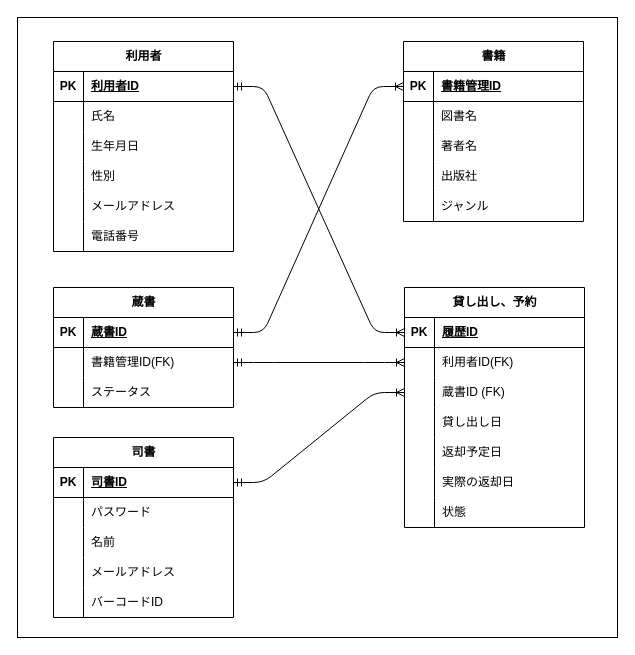
This is ER/liblaly_ER図.drawio from lc-lor-lcb/liblary, a draw.io file, before an edit. Source tidied: cells renumbered, new cells numbered last; positions are measured from the earlier drawing's top-left corner, leaving out a move shared by most shapes. Both pictures are drawn from the tidied source at 100%, with x=0, y=0 at pixel (17, 17).
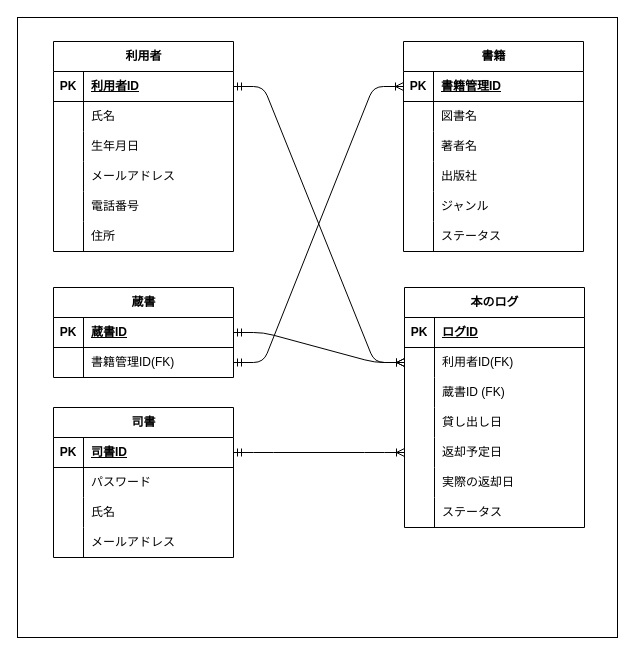
After the change.

Unchanged cells that the change refers to:
```xml
<mxCell id="3" value="利用者" style="shape=table;startSize=30;childLayout=tableLayout;rowLines=0;fontStyle=1;align=center;html=1;" parent="1" vertex="1">
  <mxGeometry x="36" y="24" width="180" height="210" as="geometry" />
</mxCell>
<mxCell id="4" style="shape=tableRow;horizontal=0;startSize=0;swimlaneHead=0;swimlaneBody=0;fillColor=none;points=[[0,0.5],[1,0.5]];portConstraint=eastwest;top=0;left=0;right=0;bottom=1;" parent="3" vertex="1">
  <mxGeometry y="30" width="180" height="30" as="geometry" />
</mxCell>
<mxCell id="23" style="shape=tableRow;horizontal=0;startSize=0;swimlaneHead=0;swimlaneBody=0;fillColor=none;points=[[0,0.5],[1,0.5]];portConstraint=eastwest;top=0;left=0;right=0;bottom=1;" parent="22" vertex="1">
  <mxGeometry y="30" width="180" height="30" as="geometry" />
</mxCell>
<mxCell id="39" style="shape=tableRow;horizontal=0;startSize=0;swimlaneHead=0;swimlaneBody=0;fillColor=none;points=[[0,0.5],[1,0.5]];portConstraint=eastwest;top=0;left=0;right=0;bottom=1;" parent="38" vertex="1">
  <mxGeometry y="30" width="180" height="30" as="geometry" />
</mxCell>
<mxCell id="42" style="shape=tableRow;horizontal=0;startSize=0;swimlaneHead=0;swimlaneBody=0;fillColor=none;points=[[0,0.5],[1,0.5]];portConstraint=eastwest;top=0;left=0;right=0;bottom=0;" parent="38" vertex="1">
  <mxGeometry y="60" width="180" height="30" as="geometry" />
</mxCell>
<mxCell id="49" style="shape=tableRow;horizontal=0;startSize=0;swimlaneHead=0;swimlaneBody=0;fillColor=none;points=[[0,0.5],[1,0.5]];portConstraint=eastwest;top=0;left=0;right=0;bottom=1;" parent="48" vertex="1">
  <mxGeometry y="30" width="180" height="30" as="geometry" />
</mxCell>
<mxCell id="52" style="shape=tableRow;horizontal=0;startSize=0;swimlaneHead=0;swimlaneBody=0;fillColor=none;points=[[0,0.5],[1,0.5]];portConstraint=eastwest;top=0;left=0;right=0;bottom=0;" parent="48" vertex="1">
  <mxGeometry y="60" width="180" height="30" as="geometry" />
</mxCell>
<mxCell id="55" style="shape=tableRow;horizontal=0;startSize=0;swimlaneHead=0;swimlaneBody=0;fillColor=none;points=[[0,0.5],[1,0.5]];portConstraint=eastwest;top=0;left=0;right=0;bottom=0;" parent="48" vertex="1">
  <mxGeometry y="90" width="180" height="30" as="geometry" />
</mxCell>
<mxCell id="61" style="shape=tableRow;horizontal=0;startSize=0;swimlaneHead=0;swimlaneBody=0;fillColor=none;points=[[0,0.5],[1,0.5]];portConstraint=eastwest;top=0;left=0;right=0;bottom=0;" parent="48" vertex="1">
  <mxGeometry y="150" width="180" height="30" as="geometry" />
</mxCell>
<mxCell id="67" style="shape=tableRow;horizontal=0;startSize=0;swimlaneHead=0;swimlaneBody=0;fillColor=none;top=0;left=0;right=0;bottom=0;" parent="48" vertex="1">
  <mxGeometry y="210" width="180" height="30" as="geometry" />
</mxCell>
<mxCell id="71" style="shape=tableRow;horizontal=0;startSize=0;swimlaneHead=0;swimlaneBody=0;fillColor=none;points=[[0,0.5],[1,0.5]];portConstraint=eastwest;top=0;left=0;right=0;bottom=1;" parent="70" vertex="1">
  <mxGeometry y="30" width="180" height="30" as="geometry" />
</mxCell>
<mxCell id="77" style="shape=tableRow;horizontal=0;startSize=0;swimlaneHead=0;swimlaneBody=0;fillColor=none;top=0;left=0;right=0;bottom=0;" parent="70" vertex="1">
  <mxGeometry y="90" width="180" height="30" as="geometry" />
</mxCell>
```

The edit, as a diff of the source:
```diff
@@
-    <mxCell id="13" style="shape=tableRow;horizontal=0;startSize=0;swimlaneHead=0;swimlaneBody=0;fillColor=none;top=0;left=0;right=0;bottom=0;" parent="3" vertex="1">
-      <mxGeometry y="120" width="180" height="30" as="geometry" />
-    </mxCell>
-    <mxCell id="14" style="shape=partialRectangle;fillColor=none;top=0;left=0;bottom=0;right=0;overflow=hidden;whiteSpace=wrap;html=1;" parent="13" vertex="1">
-      <mxGeometry width="30" height="30" as="geometry" />
-    </mxCell>
-    <mxCell id="15" value="性別" style="shape=partialRectangle;fillColor=none;top=0;left=0;bottom=0;right=0;align=left;spacingLeft=6;overflow=hidden;whiteSpace=wrap;html=1;" parent="13" vertex="1">
-      <mxGeometry x="30" width="150" height="30" as="geometry" />
-    </mxCell>
     <mxCell id="16" style="shape=tableRow;horizontal=0;startSize=0;swimlaneHead=0;swimlaneBody=0;fillColor=none;top=0;left=0;right=0;bottom=0;" parent="3" vertex="1">
-      <mxGeometry y="150" width="180" height="30" as="geometry" />
+      <mxGeometry y="120" width="180" height="30" as="geometry" />
     </mxCell>
@@
     <mxCell id="19" style="shape=tableRow;horizontal=0;startSize=0;swimlaneHead=0;swimlaneBody=0;fillColor=none;top=0;left=0;right=0;bottom=0;" parent="3" vertex="1">
-      <mxGeometry y="180" width="180" height="30" as="geometry" />
+      <mxGeometry y="150" width="180" height="30" as="geometry" />
     </mxCell>
@@
+    <mxCell id="90" style="shape=tableRow;horizontal=0;startSize=0;swimlaneHead=0;swimlaneBody=0;fillColor=none;top=0;left=0;right=0;bottom=0;" parent="3" vertex="1">
+      <mxGeometry y="180" width="180" height="30" as="geometry" />
+    </mxCell>
+    <mxCell id="91" value="&lt;div&gt;&lt;br&gt;&lt;/div&gt;" style="shape=partialRectangle;fillColor=none;top=0;left=0;bottom=0;right=0;overflow=hidden;whiteSpace=wrap;html=1;" parent="90" vertex="1">
+      <mxGeometry width="30" height="30" as="geometry" />
+    </mxCell>
+    <mxCell id="92" value="住所" style="shape=partialRectangle;fillColor=none;top=0;left=0;bottom=0;right=0;align=left;spacingLeft=6;overflow=hidden;whiteSpace=wrap;html=1;" parent="90" vertex="1">
+      <mxGeometry x="30" width="150" height="30" as="geometry" />
+    </mxCell>
     <mxCell id="22" value="書籍" style="shape=table;startSize=30;childLayout=tableLayout;rowLines=0;fontStyle=1;align=center;html=1;" parent="1" vertex="1">
-      <mxGeometry x="386" y="24" width="180" height="180" as="geometry" />
+      <mxGeometry x="386" y="24" width="180" height="210" as="geometry" />
     </mxCell>
@@
+    <mxCell id="93" style="shape=tableRow;horizontal=0;startSize=0;swimlaneHead=0;swimlaneBody=0;fillColor=none;top=0;left=0;right=0;bottom=0;" parent="22" vertex="1">
+      <mxGeometry y="180" width="180" height="30" as="geometry" />
+    </mxCell>
+    <mxCell id="94" style="shape=partialRectangle;fillColor=none;top=0;left=0;bottom=0;right=0;overflow=hidden;whiteSpace=wrap;html=1;" parent="93" vertex="1">
+      <mxGeometry width="30" height="30" as="geometry" />
+    </mxCell>
+    <mxCell id="47" value="ステータス" style="shape=partialRectangle;fillColor=none;top=0;left=0;bottom=0;right=0;align=left;spacingLeft=6;overflow=hidden;whiteSpace=wrap;html=1;" parent="93" vertex="1">
+      <mxGeometry x="30" width="150" height="30" as="geometry" />
+    </mxCell>
     <mxCell id="38" value="蔵書" style="shape=table;startSize=30;childLayout=tableLayout;rowLines=0;fontStyle=1;align=center;html=1;" parent="1" vertex="1">
-      <mxGeometry x="36" y="270" width="180" height="120" as="geometry" />
+      <mxGeometry x="36" y="270" width="180" height="90" as="geometry" />
     </mxCell>
@@
-    <mxCell id="45" style="shape=tableRow;horizontal=0;startSize=0;swimlaneHead=0;swimlaneBody=0;fillColor=none;top=0;left=0;right=0;bottom=0;" parent="38" vertex="1">
-      <mxGeometry y="90" width="180" height="30" as="geometry" />
-    </mxCell>
-    <mxCell id="46" style="shape=partialRectangle;fillColor=none;top=0;left=0;bottom=0;right=0;overflow=hidden;whiteSpace=wrap;html=1;" parent="45" vertex="1">
-      <mxGeometry width="30" height="30" as="geometry" />
-    </mxCell>
-    <mxCell id="47" value="ステータス" style="shape=partialRectangle;fillColor=none;top=0;left=0;bottom=0;right=0;align=left;spacingLeft=6;overflow=hidden;whiteSpace=wrap;html=1;" parent="45" vertex="1">
-      <mxGeometry x="30" width="150" height="30" as="geometry" />
-    </mxCell>
-    <mxCell id="48" value="貸し出し、予約" style="shape=table;startSize=30;childLayout=tableLayout;rowLines=0;fontStyle=1;align=center;html=1;" parent="1" vertex="1">
+    <mxCell id="48" value="本のログ" style="shape=table;startSize=30;childLayout=tableLayout;rowLines=0;fontStyle=1;align=center;html=1;" parent="1" vertex="1">
       <mxGeometry x="387" y="270" width="180" height="240" as="geometry" />
     </mxCell>
@@
-    <mxCell id="51" value="履歴ID" style="shape=partialRectangle;fillColor=none;top=0;left=0;bottom=0;right=0;align=left;spacingLeft=6;fontStyle=5;overflow=hidden;whiteSpace=wrap;html=1;" parent="49" vertex="1">
+    <mxCell id="51" value="ログID" style="shape=partialRectangle;fillColor=none;top=0;left=0;bottom=0;right=0;align=left;spacingLeft=6;fontStyle=5;overflow=hidden;whiteSpace=wrap;html=1;" parent="49" vertex="1">
       <mxGeometry x="30" width="150" height="30" as="geometry" />
     </mxCell>
@@
-    <mxCell id="69" value="&lt;span style=&quot;color: rgb(0, 0, 0);&quot;&gt;状態&lt;/span&gt;" style="shape=partialRectangle;fillColor=none;top=0;left=0;bottom=0;right=0;align=left;spacingLeft=6;overflow=hidden;whiteSpace=wrap;html=1;" parent="67" vertex="1">
+    <mxCell id="69" value="ステータス" style="shape=partialRectangle;fillColor=none;top=0;left=0;bottom=0;right=0;align=left;spacingLeft=6;overflow=hidden;whiteSpace=wrap;html=1;" parent="67" vertex="1">
       <mxGeometry x="30" width="150" height="30" as="geometry" />
     </mxCell>
     <mxCell id="70" value="司書" style="shape=table;startSize=30;childLayout=tableLayout;rowLines=0;fontStyle=1;align=center;html=1;" parent="1" vertex="1">
-      <mxGeometry x="36" y="420" width="180" height="180" as="geometry" />
+      <mxGeometry x="36" y="390" width="180" height="150" as="geometry" />
     </mxCell>
@@
-    <mxCell id="79" value="名前" style="shape=partialRectangle;fillColor=none;top=0;left=0;bottom=0;right=0;align=left;spacingLeft=6;overflow=hidden;whiteSpace=wrap;html=1;" parent="77" vertex="1">
+    <mxCell id="79" value="氏名" style="shape=partialRectangle;fillColor=none;top=0;left=0;bottom=0;right=0;align=left;spacingLeft=6;overflow=hidden;whiteSpace=wrap;html=1;" parent="77" vertex="1">
       <mxGeometry x="30" width="150" height="30" as="geometry" />
     </mxCell>
@@
-    <mxCell id="83" style="shape=tableRow;horizontal=0;startSize=0;swimlaneHead=0;swimlaneBody=0;fillColor=none;top=0;left=0;right=0;bottom=0;" parent="70" vertex="1">
-      <mxGeometry y="150" width="180" height="30" as="geometry" />
-    </mxCell>
-    <mxCell id="84" style="shape=partialRectangle;fillColor=none;top=0;left=0;bottom=0;right=0;overflow=hidden;whiteSpace=wrap;html=1;" parent="83" vertex="1">
-      <mxGeometry width="30" height="30" as="geometry" />
-    </mxCell>
-    <mxCell id="85" value="バーコードID" style="shape=partialRectangle;fillColor=none;top=0;left=0;bottom=0;right=0;align=left;spacingLeft=6;overflow=hidden;whiteSpace=wrap;html=1;" parent="83" vertex="1">
-      <mxGeometry x="30" width="150" height="30" as="geometry" />
-    </mxCell>
-    <mxCell id="86" style="edgeStyle=entityRelationEdgeStyle;fontSize=12;html=1;endArrow=ERoneToMany;startArrow=ERmandOne;entryX=0;entryY=0.5;entryDx=0;entryDy=0;exitX=1;exitY=0.5;exitDx=0;exitDy=0;" parent="1" edge="1" source="42" target="52">
+    <mxCell id="86" style="edgeStyle=entityRelationEdgeStyle;fontSize=12;html=1;endArrow=ERoneToMany;startArrow=ERmandOne;entryX=0;entryY=0.5;entryDx=0;entryDy=0;exitX=1;exitY=0.5;exitDx=0;exitDy=0;" parent="1" edge="1" source="39" target="52">
       <mxGeometry relative="1" as="geometry" />
     </mxCell>
-    <mxCell id="87" style="edgeStyle=entityRelationEdgeStyle;fontSize=12;html=1;endArrow=ERoneToMany;startArrow=ERmandOne;entryX=0;entryY=0.5;entryDx=0;entryDy=0;exitX=1;exitY=0.5;exitDx=0;exitDy=0;" parent="1" edge="1" source="4" target="49">
-      <mxGeometry relative="1" as="geometry" />
+    <mxCell id="87" style="edgeStyle=entityRelationEdgeStyle;fontSize=12;html=1;endArrow=ERoneToMany;startArrow=ERmandOne;entryX=0;entryY=0.5;entryDx=0;entryDy=0;exitX=1;exitY=0.5;exitDx=0;exitDy=0;" parent="1" edge="1" source="4" target="52">
+      <mxGeometry relative="1" as="geometry">
+        <Array as="points">
+          <mxPoint x="370" y="315" />
+          <mxPoint x="320" y="330" />
+        </Array>
+      </mxGeometry>
     </mxCell>
-    <mxCell id="88" style="edgeStyle=entityRelationEdgeStyle;fontSize=12;html=1;endArrow=ERoneToMany;startArrow=ERmandOne;entryX=0;entryY=0.5;entryDx=0;entryDy=0;exitX=1;exitY=0.5;exitDx=0;exitDy=0;" parent="1" edge="1" source="39" target="23">
+    <mxCell id="88" style="edgeStyle=entityRelationEdgeStyle;fontSize=12;html=1;endArrow=ERoneToMany;startArrow=ERmandOne;entryX=0;entryY=0.5;entryDx=0;entryDy=0;exitX=1;exitY=0.5;exitDx=0;exitDy=0;" parent="1" edge="1" source="42" target="23">
       <mxGeometry relative="1" as="geometry" />
     </mxCell>
-    <mxCell id="89" style="edgeStyle=entityRelationEdgeStyle;fontSize=12;html=1;endArrow=ERoneToMany;startArrow=ERmandOne;entryX=0;entryY=0.5;entryDx=0;entryDy=0;exitX=1;exitY=0.5;exitDx=0;exitDy=0;" parent="1" edge="1" source="71" target="55">
+    <mxCell id="89" style="edgeStyle=entityRelationEdgeStyle;fontSize=12;html=1;endArrow=ERoneToMany;startArrow=ERmandOne;exitX=1;exitY=0.5;exitDx=0;exitDy=0;entryX=0;entryY=0.5;entryDx=0;entryDy=0;" parent="1" edge="1" source="71" target="61">
       <mxGeometry relative="1" as="geometry" />
     </mxCell>
```
